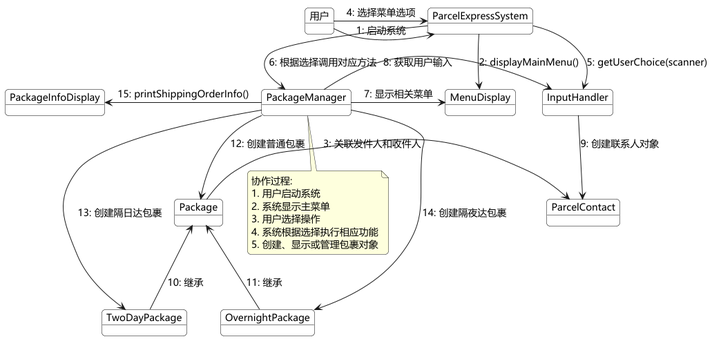
Before: docs/diagrams/out/collaboration_diagram.png, a diagram exported from PlantUML (UE-DND/Parcel_Express_Service_System).
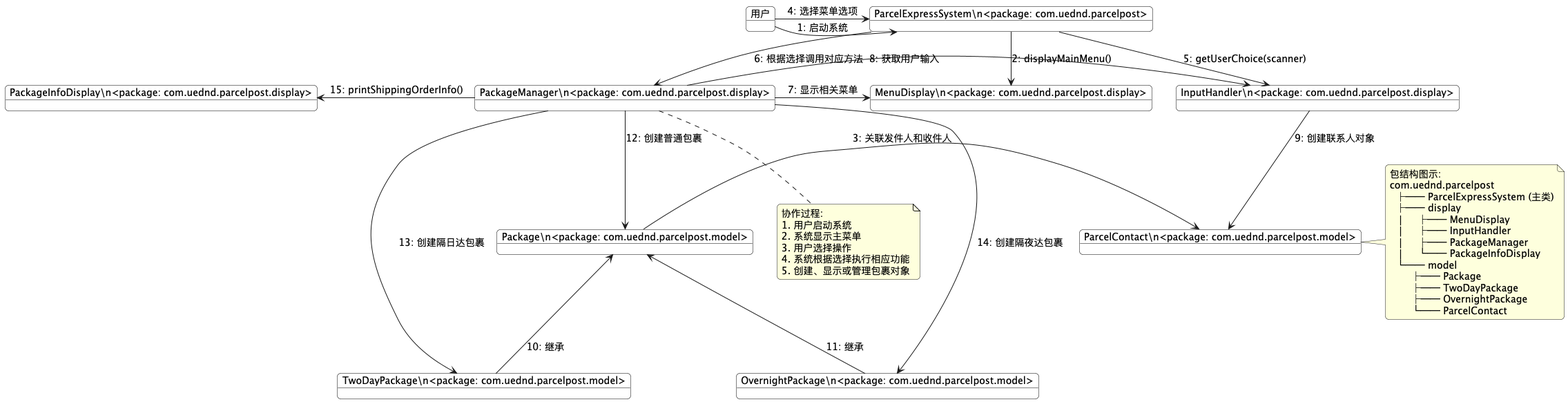
Above is the later version.

The edit, as a diff of the source:
```diff
@@ -1,4 +1,5 @@
 @startuml 包裹快递服务系统协作图
+
 
 skinparam backgroundColor white
 skinparam handwritten false
@@ -14,15 +15,15 @@
 }
 
 object "用户" as user
-object "ParcelExpressSystem" as main
-object "MenuDisplay" as menu
-object "InputHandler" as input
-object "PackageManager" as manager
-object "PackageInfoDisplay" as display
-object "Package" as package
-object "TwoDayPackage" as twoDay
-object "OvernightPackage" as overnight
-object "ParcelContact" as contact
+object "ParcelExpressSystem\\n<package: com.uednd.parcelpost>" as main
+object "MenuDisplay\\n<package: com.uednd.parcelpost.display>" as menu
+object "InputHandler\\n<package: com.uednd.parcelpost.display>" as input
+object "PackageManager\\n<package: com.uednd.parcelpost.display>" as manager
+object "PackageInfoDisplay\\n<package: com.uednd.parcelpost.display>" as display
+object "Package\\n<package: com.uednd.parcelpost.model>" as package
+object "TwoDayPackage\\n<package: com.uednd.parcelpost.model>" as twoDay
+object "OvernightPackage\\n<package: com.uednd.parcelpost.model>" as overnight
+object "ParcelContact\\n<package: com.uednd.parcelpost.model>" as contact
 
 user -right-> main : "1: 启动系统"
 user -right-> main : "4: 选择菜单选项"
@@ -53,4 +54,20 @@
   5. 创建、显示或管理包裹对象
 end note
 
+note right of contact
+  包结构图示:
+  com.uednd.parcelpost
+    ├── ParcelExpressSystem (主类)
+    ├── display
+    │    ├── MenuDisplay
+    │    ├── InputHandler
+    │    ├── PackageManager
+    │    └── PackageInfoDisplay
+    └── model
+         ├── Package
+         ├── TwoDayPackage
+         ├── OvernightPackage
+         └── ParcelContact
+end note
+
 @enduml
```
